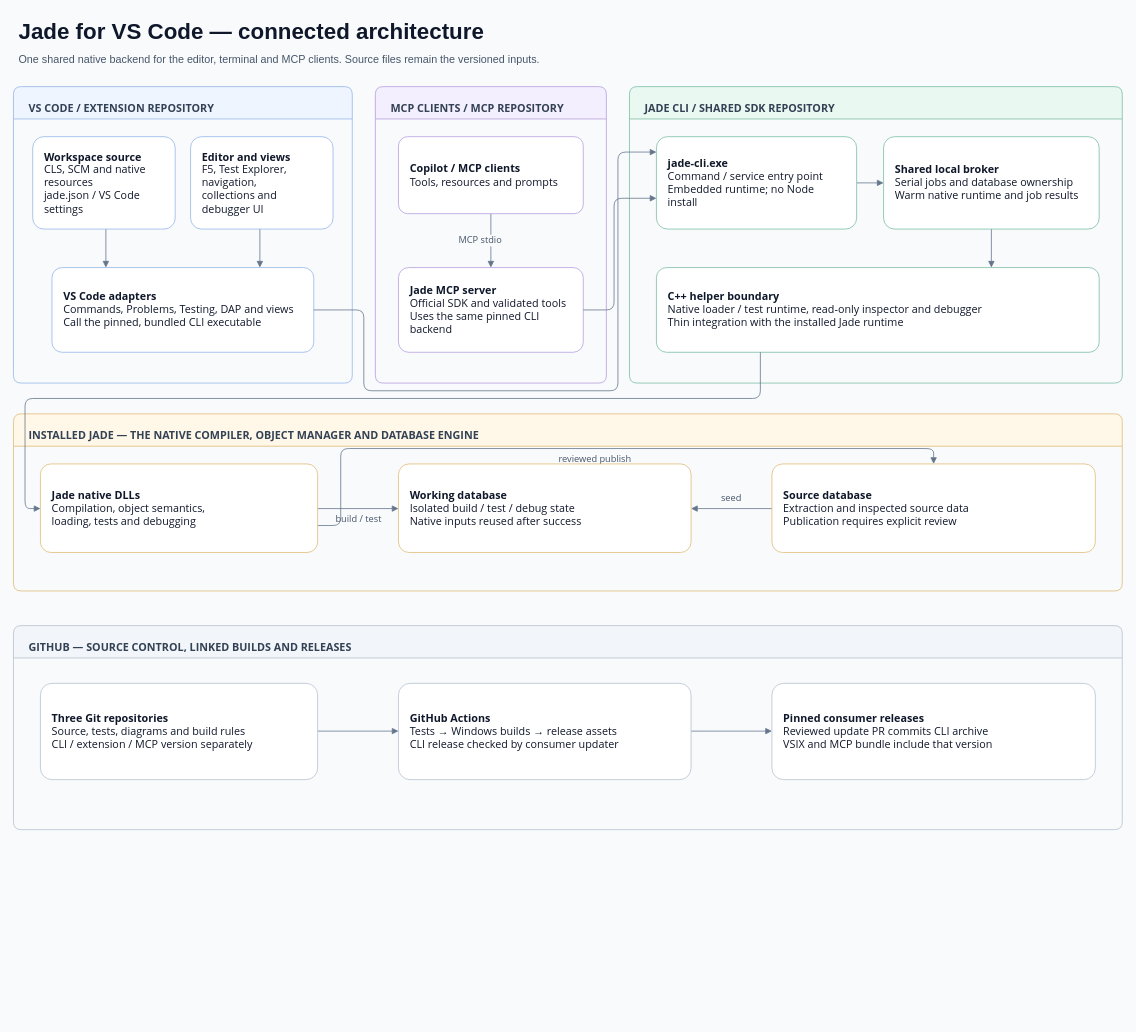
Earlier version of the draw.io diagram extension/media/architecture.drawio (darrenhull/Jade-VSCode-Extension). Source tidied: cells renumbered, new cells numbered last; positions are measured from the earlier drawing's top-left corner, leaving out a move shared by most shapes. Both pictures are drawn from the tidied source at 77%, with x=0, y=0 at pixel (13, 13).
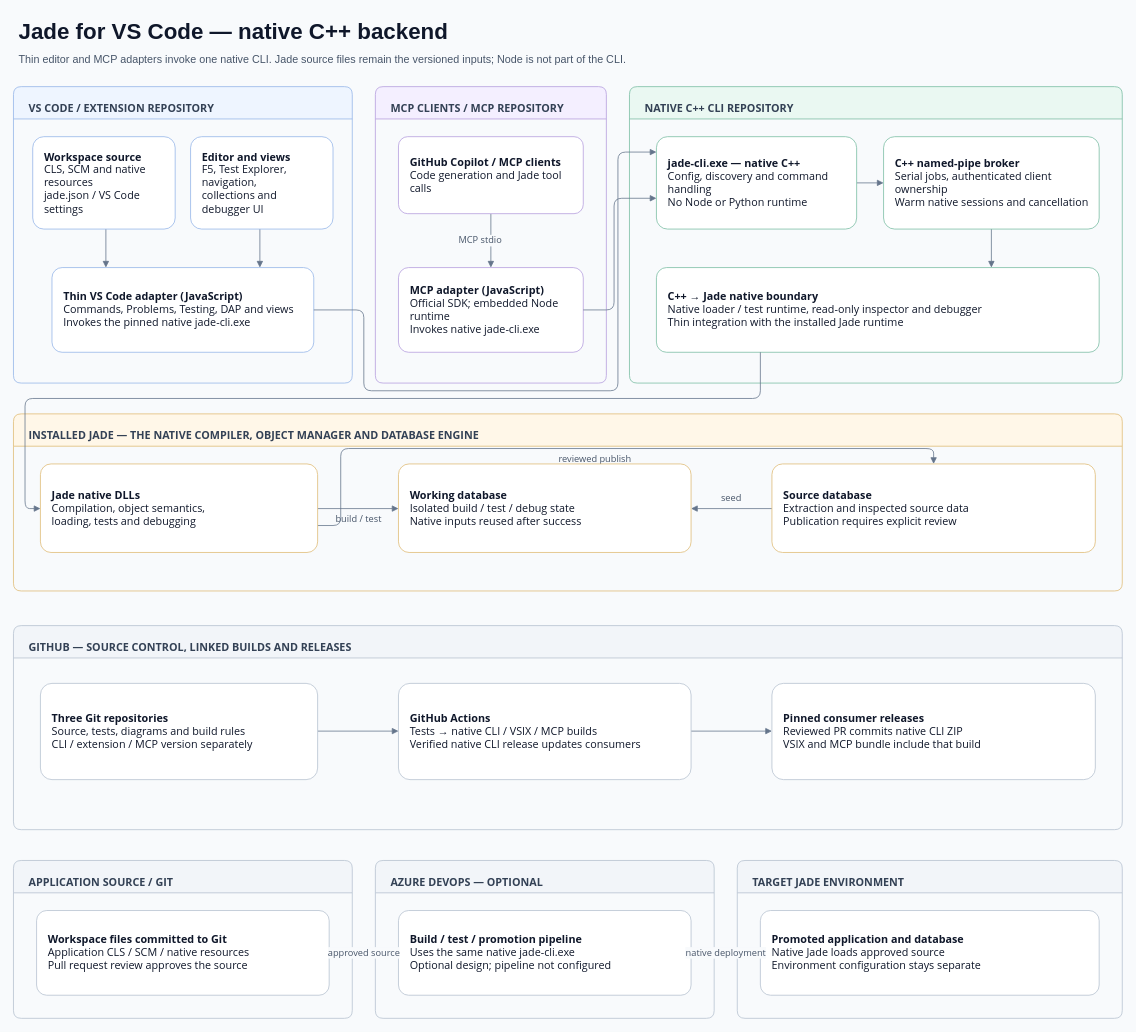
After the change.

Unchanged cells that the change refers to:
```xml
<mxCell id="4" value="VS CODE / EXTENSION REPOSITORY" style="swimlane;startSize=42;horizontal=1;rounded=1;arcSize=8;html=1;verticalAlign=middle;align=left;spacingTop=14;spacingLeft=18;fontSize=14;fontStyle=1;fontColor=#334155;fillColor=#eef5ff;strokeColor=#93b4e8;fontFamily=Segoe UI;" parent="1" vertex="1">
  <mxGeometry y="95" width="440" height="385" as="geometry" />
</mxCell>
<mxCell id="5" value="MCP CLIENTS / MCP REPOSITORY" style="swimlane;startSize=42;horizontal=1;rounded=1;arcSize=8;html=1;verticalAlign=middle;align=left;spacingTop=14;spacingLeft=18;fontSize=14;fontStyle=1;fontColor=#334155;fillColor=#f4efff;strokeColor=#b49cdd;fontFamily=Segoe UI;" parent="1" vertex="1">
  <mxGeometry x="470" y="95" width="300" height="385" as="geometry" />
</mxCell>
<mxCell id="8" value="GITHUB — SOURCE CONTROL, LINKED BUILDS AND RELEASES" style="swimlane;startSize=42;horizontal=1;rounded=1;arcSize=8;html=1;verticalAlign=middle;align=left;spacingTop=14;spacingLeft=18;fontSize=14;fontStyle=1;fontColor=#334155;fillColor=#f2f5f9;strokeColor=#b5c1cf;fontFamily=Segoe UI;" parent="1" vertex="1">
  <mxGeometry y="795" width="1440" height="265" as="geometry" />
</mxCell>
```

Change to the diagram source:
```diff
@@
-    <mxCell id="2" value="Jade for VS Code — connected architecture" style="text;html=1;align=left;fontSize=29;fontStyle=1;fontColor=#0f172a;" parent="1" vertex="1">
+    <mxCell id="2" value="Jade for VS Code — native C++ backend" style="text;html=1;align=left;fontSize=29;fontStyle=1;fontColor=#0f172a;" parent="1" vertex="1">
       <mxGeometry x="5" width="1430" height="40" as="geometry" />
     </mxCell>
-    <mxCell id="3" value="One shared native backend for the editor, terminal and MCP clients. Source files remain the versioned inputs." style="text;html=1;align=left;fontSize=14;fontColor=#475569;" parent="1" vertex="1">
+    <mxCell id="3" value="Thin editor and MCP adapters invoke one native CLI. Jade source files remain the versioned inputs; Node is not part of the CLI." style="text;html=1;align=left;fontSize=14;fontColor=#475569;" parent="1" vertex="1">
       <mxGeometry x="5" y="45" width="1430" height="28" as="geometry" />
     </mxCell>
@@
-    <mxCell id="6" value="JADE CLI / SHARED SDK REPOSITORY" style="swimlane;startSize=42;horizontal=1;rounded=1;arcSize=8;html=1;verticalAlign=middle;align=left;spacingTop=14;spacingLeft=18;fontSize=14;fontStyle=1;fontColor=#334155;fillColor=#eaf8f2;strokeColor=#78bca2;fontFamily=Segoe UI;" parent="1" vertex="1">
+    <mxCell id="6" value="NATIVE C++ CLI REPOSITORY" style="swimlane;startSize=42;horizontal=1;rounded=1;arcSize=8;html=1;verticalAlign=middle;align=left;spacingTop=14;spacingLeft=18;fontSize=14;fontStyle=1;fontColor=#334155;fillColor=#eaf8f2;strokeColor=#78bca2;fontFamily=Segoe UI;" parent="1" vertex="1">
       <mxGeometry x="800" y="95" width="640" height="385" as="geometry" />
     </mxCell>
@@
-    <mxCell id="24" value="&lt;b&gt;VS Code adapters&lt;/b&gt;&lt;br&gt;Commands, Problems, Testing, DAP and views&lt;br&gt;Call the pinned, bundled CLI executable" style="rounded=1;arcSize=12;html=1;whiteSpace=wrap;align=left;verticalAlign=middle;spacing=15;fontSize=14;fontColor=#0f172a;fillColor=#ffffff;strokeColor=#93b4e8;fontFamily=Segoe UI;" parent="4" vertex="1">
+    <mxCell id="24" value="&lt;b&gt;Thin VS Code adapter (JavaScript)&lt;/b&gt;&lt;br&gt;Commands, Problems, Testing, DAP and views&lt;br&gt;Invokes the pinned native jade-cli.exe" style="rounded=1;arcSize=12;html=1;whiteSpace=wrap;align=left;verticalAlign=middle;spacing=15;fontSize=14;fontColor=#0f172a;fillColor=#ffffff;strokeColor=#93b4e8;fontFamily=Segoe UI;" parent="4" vertex="1">
       <mxGeometry x="50" y="235" width="340" height="110" as="geometry" />
     </mxCell>
-    <mxCell id="25" value="&lt;b&gt;Copilot / MCP clients&lt;/b&gt;&lt;br&gt;Tools, resources and prompts" style="rounded=1;arcSize=12;html=1;whiteSpace=wrap;align=left;verticalAlign=middle;spacing=15;fontSize=14;fontColor=#0f172a;fillColor=#ffffff;strokeColor=#b49cdd;fontFamily=Segoe UI;" parent="5" vertex="1">
+    <mxCell id="25" value="&lt;b&gt;GitHub Copilot / MCP clients&lt;/b&gt;&lt;br&gt;Code generation and Jade tool calls" style="rounded=1;arcSize=12;html=1;whiteSpace=wrap;align=left;verticalAlign=middle;spacing=15;fontSize=14;fontColor=#0f172a;fillColor=#ffffff;strokeColor=#b49cdd;fontFamily=Segoe UI;" parent="5" vertex="1">
       <mxGeometry x="30" y="65" width="240" height="100" as="geometry" />
     </mxCell>
-    <mxCell id="26" value="&lt;b&gt;Jade MCP server&lt;/b&gt;&lt;br&gt;Official SDK and validated tools&lt;br&gt;Uses the same pinned CLI backend" style="rounded=1;arcSize=12;html=1;whiteSpace=wrap;align=left;verticalAlign=middle;spacing=15;fontSize=14;fontColor=#0f172a;fillColor=#ffffff;strokeColor=#b49cdd;fontFamily=Segoe UI;" parent="5" vertex="1">
+    <mxCell id="26" value="&lt;b&gt;MCP adapter (JavaScript)&lt;/b&gt;&lt;br&gt;Official SDK; embedded Node runtime&lt;br&gt;Invokes native jade-cli.exe" style="rounded=1;arcSize=12;html=1;whiteSpace=wrap;align=left;verticalAlign=middle;spacing=15;fontSize=14;fontColor=#0f172a;fillColor=#ffffff;strokeColor=#b49cdd;fontFamily=Segoe UI;" parent="5" vertex="1">
       <mxGeometry x="30" y="235" width="240" height="110" as="geometry" />
     </mxCell>
-    <mxCell id="27" value="&lt;b&gt;jade-cli.exe&lt;/b&gt;&lt;br&gt;Command / service entry point&lt;br&gt;Embedded runtime; no Node install" style="rounded=1;arcSize=12;html=1;whiteSpace=wrap;align=left;verticalAlign=middle;spacing=15;fontSize=14;fontColor=#0f172a;fillColor=#ffffff;strokeColor=#78bca2;fontFamily=Segoe UI;" parent="6" vertex="1">
+    <mxCell id="27" value="&lt;b&gt;jade-cli.exe — native C++&lt;/b&gt;&lt;br&gt;Config, discovery and command handling&lt;br&gt;No Node or Python runtime" style="rounded=1;arcSize=12;html=1;whiteSpace=wrap;align=left;verticalAlign=middle;spacing=15;fontSize=14;fontColor=#0f172a;fillColor=#ffffff;strokeColor=#78bca2;fontFamily=Segoe UI;" parent="6" vertex="1">
       <mxGeometry x="35" y="65" width="260" height="120" as="geometry" />
     </mxCell>
-    <mxCell id="28" value="&lt;b&gt;Shared local broker&lt;/b&gt;&lt;br&gt;Serial jobs and database ownership&lt;br&gt;Warm native runtime and job results" style="rounded=1;arcSize=12;html=1;whiteSpace=wrap;align=left;verticalAlign=middle;spacing=15;fontSize=14;fontColor=#0f172a;fillColor=#ffffff;strokeColor=#78bca2;fontFamily=Segoe UI;" parent="6" vertex="1">
+    <mxCell id="28" value="&lt;b&gt;C++ named-pipe broker&lt;/b&gt;&lt;br&gt;Serial jobs, authenticated client ownership&lt;br&gt;Warm native sessions and cancellation" style="rounded=1;arcSize=12;html=1;whiteSpace=wrap;align=left;verticalAlign=middle;spacing=15;fontSize=14;fontColor=#0f172a;fillColor=#ffffff;strokeColor=#78bca2;fontFamily=Segoe UI;" parent="6" vertex="1">
       <mxGeometry x="330" y="65" width="280" height="120" as="geometry" />
     </mxCell>
-    <mxCell id="29" value="&lt;b&gt;C++ helper boundary&lt;/b&gt;&lt;br&gt;Native loader / test runtime, read-only inspector and debugger&lt;br&gt;Thin integration with the installed Jade runtime" style="rounded=1;arcSize=12;html=1;whiteSpace=wrap;align=left;verticalAlign=middle;spacing=15;fontSize=14;fontColor=#0f172a;fillColor=#ffffff;strokeColor=#78bca2;fontFamily=Segoe UI;" parent="6" vertex="1">
+    <mxCell id="29" value="&lt;b&gt;C++ → Jade native boundary&lt;/b&gt;&lt;br&gt;Native loader / test runtime, read-only inspector and debugger&lt;br&gt;Thin integration with the installed Jade runtime" style="rounded=1;arcSize=12;html=1;whiteSpace=wrap;align=left;verticalAlign=middle;spacing=15;fontSize=14;fontColor=#0f172a;fillColor=#ffffff;strokeColor=#78bca2;fontFamily=Segoe UI;" parent="6" vertex="1">
       <mxGeometry x="35" y="235" width="575" height="110" as="geometry" />
     </mxCell>
@@
-    <mxCell id="34" value="&lt;b&gt;GitHub Actions&lt;/b&gt;&lt;br&gt;Tests → Windows builds → release assets&lt;br&gt;CLI release checked by consumer updater" style="rounded=1;arcSize=12;html=1;whiteSpace=wrap;align=left;verticalAlign=middle;spacing=15;fontSize=14;fontColor=#0f172a;fillColor=#ffffff;strokeColor=#b5c1cf;fontFamily=Segoe UI;" parent="8" vertex="1">
+    <mxCell id="34" value="&lt;b&gt;GitHub Actions&lt;/b&gt;&lt;br&gt;Tests → native CLI / VSIX / MCP builds&lt;br&gt;Verified native CLI release updates consumers" style="rounded=1;arcSize=12;html=1;whiteSpace=wrap;align=left;verticalAlign=middle;spacing=15;fontSize=14;fontColor=#0f172a;fillColor=#ffffff;strokeColor=#b5c1cf;fontFamily=Segoe UI;" parent="8" vertex="1">
       <mxGeometry x="500" y="75" width="380" height="125" as="geometry" />
     </mxCell>
-    <mxCell id="35" value="&lt;b&gt;Pinned consumer releases&lt;/b&gt;&lt;br&gt;Reviewed update PR commits CLI archive&lt;br&gt;VSIX and MCP bundle include that version" style="rounded=1;arcSize=12;html=1;whiteSpace=wrap;align=left;verticalAlign=middle;spacing=15;fontSize=14;fontColor=#0f172a;fillColor=#ffffff;strokeColor=#b5c1cf;fontFamily=Segoe UI;" parent="8" vertex="1">
+    <mxCell id="35" value="&lt;b&gt;Pinned consumer releases&lt;/b&gt;&lt;br&gt;Reviewed PR commits native CLI ZIP&lt;br&gt;VSIX and MCP bundle include that build" style="rounded=1;arcSize=12;html=1;whiteSpace=wrap;align=left;verticalAlign=middle;spacing=15;fontSize=14;fontColor=#0f172a;fillColor=#ffffff;strokeColor=#b5c1cf;fontFamily=Segoe UI;" parent="8" vertex="1">
       <mxGeometry x="985" y="75" width="420" height="125" as="geometry" />
     </mxCell>
+    <mxCell id="36" value="APPLICATION SOURCE / GIT" style="swimlane;startSize=42;horizontal=1;rounded=1;arcSize=8;html=1;verticalAlign=middle;align=left;spacingTop=14;spacingLeft=18;fontSize=14;fontStyle=1;fontColor=#334155;fillColor=#f2f5f9;strokeColor=#b5c1cf;fontFamily=Segoe UI;" parent="1" vertex="1">
+      <mxGeometry y="1100" width="440" height="205" as="geometry" />
+    </mxCell>
+    <mxCell id="37" value="AZURE DEVOPS — OPTIONAL" style="swimlane;startSize=42;horizontal=1;rounded=1;arcSize=8;html=1;verticalAlign=middle;align=left;spacingTop=14;spacingLeft=18;fontSize=14;fontStyle=1;fontColor=#334155;fillColor=#f2f5f9;strokeColor=#b5c1cf;fontFamily=Segoe UI;" parent="1" vertex="1">
+      <mxGeometry x="470" y="1100" width="440" height="205" as="geometry" />
+    </mxCell>
+    <mxCell id="38" value="TARGET JADE ENVIRONMENT" style="swimlane;startSize=42;horizontal=1;rounded=1;arcSize=8;html=1;verticalAlign=middle;align=left;spacingTop=14;spacingLeft=18;fontSize=14;fontStyle=1;fontColor=#334155;fillColor=#f2f5f9;strokeColor=#b5c1cf;fontFamily=Segoe UI;" parent="1" vertex="1">
+      <mxGeometry x="940" y="1100" width="500" height="205" as="geometry" />
+    </mxCell>
+    <mxCell id="39" value="&lt;b&gt;Workspace files committed to Git&lt;/b&gt;&lt;br&gt;Application CLS / SCM / native resources&lt;br&gt;Pull request review approves the source" style="rounded=1;arcSize=12;html=1;whiteSpace=wrap;align=left;verticalAlign=middle;spacing=15;fontSize=14;fontColor=#0f172a;fillColor=#ffffff;strokeColor=#b5c1cf;fontFamily=Segoe UI;" parent="36" vertex="1">
+      <mxGeometry x="30" y="65" width="380" height="110" as="geometry" />
+    </mxCell>
+    <mxCell id="40" value="&lt;b&gt;Build / test / promotion pipeline&lt;/b&gt;&lt;br&gt;Uses the same native jade-cli.exe&lt;br&gt;Optional design; pipeline not configured" style="rounded=1;arcSize=12;html=1;whiteSpace=wrap;align=left;verticalAlign=middle;spacing=15;fontSize=14;fontColor=#0f172a;fillColor=#ffffff;strokeColor=#b5c1cf;fontFamily=Segoe UI;" parent="37" vertex="1">
+      <mxGeometry x="30" y="65" width="380" height="110" as="geometry" />
+    </mxCell>
+    <mxCell id="41" value="&lt;b&gt;Promoted application and database&lt;/b&gt;&lt;br&gt;Native Jade loads approved source&lt;br&gt;Environment configuration stays separate" style="rounded=1;arcSize=12;html=1;whiteSpace=wrap;align=left;verticalAlign=middle;spacing=15;fontSize=14;fontColor=#0f172a;fillColor=#ffffff;strokeColor=#b5c1cf;fontFamily=Segoe UI;" parent="38" vertex="1">
+      <mxGeometry x="30" y="65" width="440" height="110" as="geometry" />
+    </mxCell>
+    <mxCell id="42" value="approved source" style="edgeStyle=orthogonalEdgeStyle;rounded=1;html=1;endArrow=block;endFill=1;strokeColor=#64748b;fontColor=#475569;fontSize=12;labelBackgroundColor=#f8fafc;fontFamily=Segoe UI;" parent="1" edge="1" source="39" target="40">
+      <mxGeometry relative="1" as="geometry" />
+    </mxCell>
+    <mxCell id="43" value="native deployment" style="edgeStyle=orthogonalEdgeStyle;rounded=1;html=1;endArrow=block;endFill=1;strokeColor=#64748b;fontColor=#475569;fontSize=12;labelBackgroundColor=#f8fafc;fontFamily=Segoe UI;" parent="1" edge="1" source="40" target="41">
+      <mxGeometry relative="1" as="geometry" />
+    </mxCell>
```
